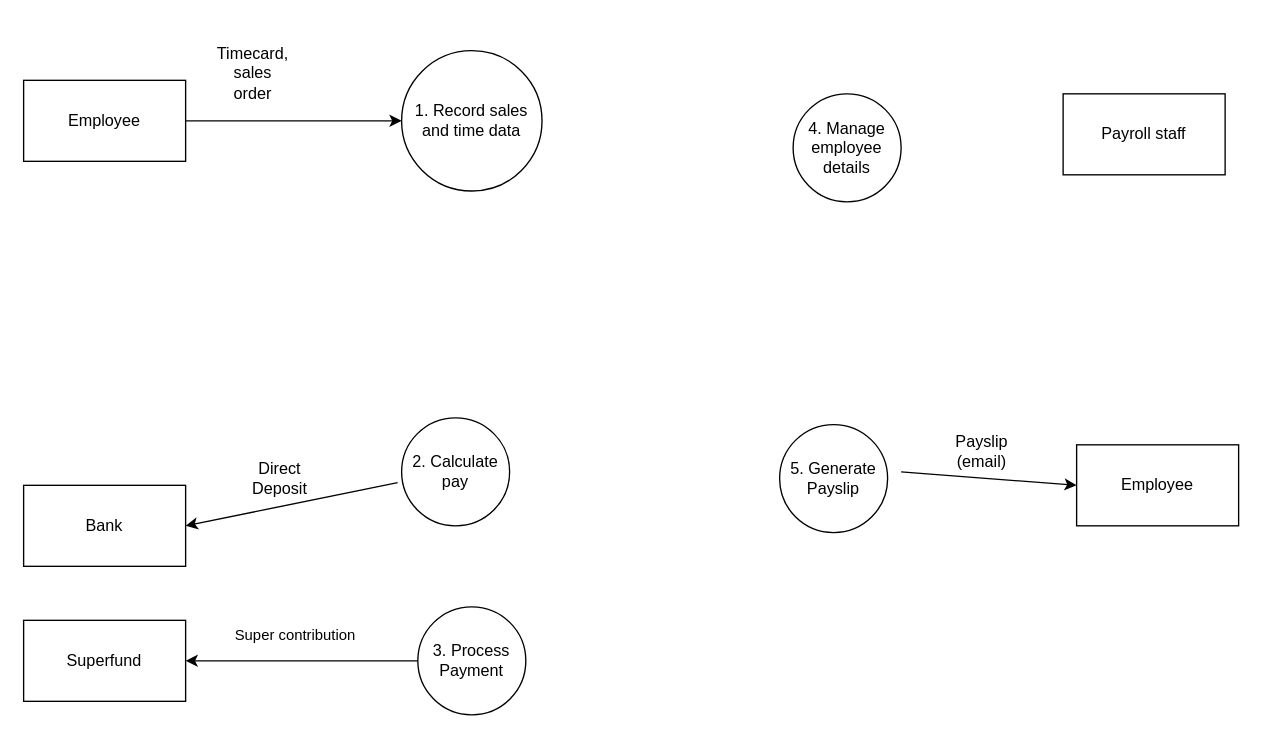
Before: Untitled Diagram.drawio in newineffect14/IntroToIT, a draw.io diagram. Source tidied: cells renumbered, new cells numbered last; positions are measured from the earlier drawing's top-left corner, leaving out a move shared by most shapes. Both pictures are drawn from the tidied source at 135%, with x=0, y=0 at pixel (23, 50).
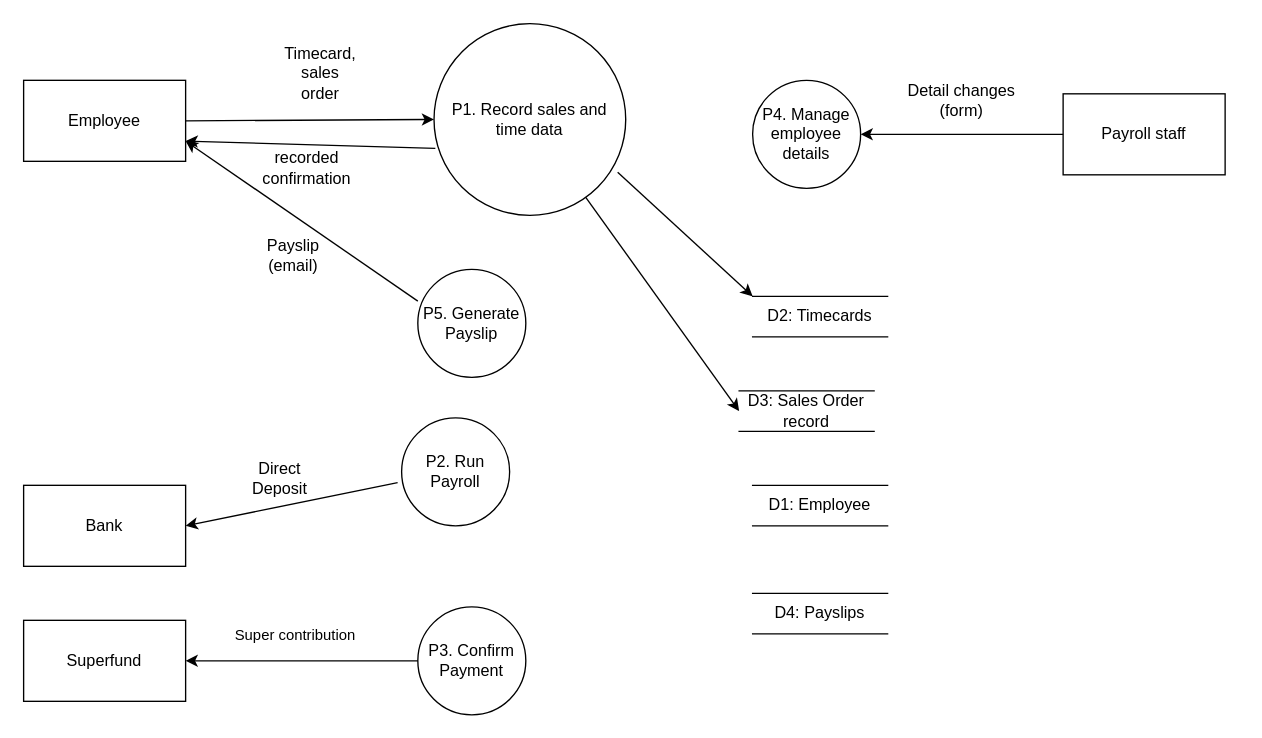
The same page after the edit.

The change refers to these unchanged cells:
```xml
<mxCell id="2" value="Employee" style="rounded=0;whiteSpace=wrap;html=1;" parent="1" vertex="1">
  <mxGeometry y="22" width="120" height="60" as="geometry" />
</mxCell>
<mxCell id="8" value="Payroll staff" style="rounded=0;whiteSpace=wrap;html=1;" parent="1" vertex="1">
  <mxGeometry x="770" y="32" width="120" height="60" as="geometry" />
</mxCell>
```

Change to the diagram source:
```diff
@@
-    <mxCell id="3" style="endArrow=classic;html=1;rounded=0;" parent="1" edge="1">
+    <mxCell id="3" style="endArrow=classic;html=1;rounded=0;entryX=0;entryY=0.5;entryDx=0;entryDy=0;" parent="1" edge="1" target="5">
       <mxGeometry relative="1" as="geometry">
         <mxPoint x="120" y="52" as="sourcePoint" />
-        <mxPoint x="280" y="52" as="targetPoint" />
       </mxGeometry>
     </mxCell>
     <mxCell id="4" value="Timecard, sales order" style="text;html=1;whiteSpace=wrap;strokeColor=none;fillColor=none;align=center;verticalAlign=middle;rounded=0;" parent="1" vertex="1">
-      <mxGeometry x="140" y="2" width="60" height="30" as="geometry" />
+      <mxGeometry x="190" y="2" width="60" height="30" as="geometry" />
     </mxCell>
-    <mxCell id="5" value="1. Record sales and time data" style="ellipse;whiteSpace=wrap;html=1;shapeInside=1;" parent="1" vertex="1">
-      <mxGeometry x="280" width="104" height="104" as="geometry" />
+    <mxCell id="5" value="P1. Record sales and time data" style="ellipse;whiteSpace=wrap;html=1;shapeInside=1;" parent="1" vertex="1">
+      <mxGeometry x="304" y="-20" width="142" height="142" as="geometry" />
     </mxCell>
@@
-    <mxCell id="9" value="2. Calculate pay" style="ellipse;whiteSpace=wrap;html=1;shapeInside=1;" parent="1" vertex="1">
+    <mxCell id="9" value="P2. Run Payroll" style="ellipse;whiteSpace=wrap;html=1;shapeInside=1;" parent="1" vertex="1">
       <mxGeometry x="280" y="272" width="80" height="80" as="geometry" />
     </mxCell>
-    <mxCell id="10" value="3. Process Payment" style="ellipse;whiteSpace=wrap;html=1;shapeInside=1;" parent="1" vertex="1">
+    <mxCell id="10" value="P3. Confirm Payment" style="ellipse;whiteSpace=wrap;html=1;shapeInside=1;" parent="1" vertex="1">
       <mxGeometry x="292" y="412" width="80" height="80" as="geometry" />
     </mxCell>
@@
-    <mxCell id="15" value="4. Manage employee details" style="ellipse;whiteSpace=wrap;html=1;shapeInside=1;" parent="1" vertex="1">
-      <mxGeometry x="570" y="32" width="80" height="80" as="geometry" />
+    <mxCell id="15" value="P4. Manage employee details" style="ellipse;whiteSpace=wrap;html=1;shapeInside=1;" parent="1" vertex="1">
+      <mxGeometry x="540" y="22" width="80" height="80" as="geometry" />
     </mxCell>
-    <mxCell id="16" value="5. Generate Payslip" style="ellipse;whiteSpace=wrap;html=1;shapeInside=1;" parent="1" vertex="1">
-      <mxGeometry x="560" y="277" width="80" height="80" as="geometry" />
+    <mxCell id="16" value="P5. Generate Payslip" style="ellipse;whiteSpace=wrap;html=1;shapeInside=1;" parent="1" vertex="1">
+      <mxGeometry x="292" y="162" width="80" height="80" as="geometry" />
     </mxCell>
-    <mxCell id="17" value="Employee" style="rounded=0;whiteSpace=wrap;html=1;" parent="1" vertex="1">
-      <mxGeometry x="780" y="292" width="120" height="60" as="geometry" />
-    </mxCell>
-    <mxCell id="18" style="endArrow=classic;html=1;rounded=0;entryX=0;entryY=0.5;entryDx=0;entryDy=0;" parent="1" edge="1" target="17">
-      <mxGeometry relative="1" as="geometry">
-        <mxPoint x="650" y="312" as="sourcePoint" />
-      </mxGeometry>
+    <mxCell id="18" style="endArrow=classic;html=1;rounded=0;entryX=1;entryY=0.75;entryDx=0;entryDy=0;exitX=0;exitY=0.294;exitDx=0;exitDy=0;exitPerimeter=0;" parent="1" edge="1" source="16" target="2">
+      <mxGeometry relative="1" as="geometry" />
     </mxCell>
     <mxCell id="19" value="Payslip (email)" style="text;html=1;whiteSpace=wrap;strokeColor=none;fillColor=none;align=center;verticalAlign=middle;rounded=0;" parent="1" vertex="1">
-      <mxGeometry x="680" y="282" width="60" height="30" as="geometry" />
+      <mxGeometry x="170" y="137" width="60" height="30" as="geometry" />
     </mxCell>
+    <mxCell id="20" style="endArrow=classic;html=1;rounded=0;exitX=0;exitY=0.5;exitDx=0;exitDy=0;entryX=1;entryY=0.5;entryDx=0;entryDy=0;" parent="1" edge="1" source="8" target="15">
+      <mxGeometry relative="1" as="geometry" />
+    </mxCell>
+    <mxCell id="21" value="Detail changes (form)" style="text;html=1;whiteSpace=wrap;strokeColor=none;fillColor=none;align=center;verticalAlign=middle;rounded=0;" parent="1" vertex="1">
+      <mxGeometry x="650" y="22" width="90" height="30" as="geometry" />
+    </mxCell>
+    <mxCell id="22" value="D2: Timecards" style="html=1;dashed=0;whiteSpace=wrap;shape=partialRectangle;right=0;left=0;" parent="1" vertex="1">
+      <mxGeometry x="540" y="182" width="100" height="30" as="geometry" />
+    </mxCell>
+    <mxCell id="23" style="endArrow=classic;html=1;rounded=0;entryX=1;entryY=0.75;entryDx=0;entryDy=0;exitX=0.007;exitY=0.651;exitDx=0;exitDy=0;exitPerimeter=0;" parent="1" edge="1" source="5" target="2">
+      <mxGeometry relative="1" as="geometry" />
+    </mxCell>
+    <mxCell id="24" value="recorded confirmation" style="text;html=1;whiteSpace=wrap;strokeColor=none;fillColor=none;align=center;verticalAlign=middle;rounded=0;" parent="1" vertex="1">
+      <mxGeometry x="180" y="72" width="60" height="30" as="geometry" />
+    </mxCell>
+    <mxCell id="25" style="endArrow=classic;html=1;rounded=0;entryX=0;entryY=0;entryDx=0;entryDy=0;exitX=0.958;exitY=0.775;exitDx=0;exitDy=0;exitPerimeter=0;" parent="1" edge="1" source="5" target="22">
+      <mxGeometry relative="1" as="geometry" />
+    </mxCell>
+    <mxCell id="26" value="D3: Sales Order record" style="html=1;dashed=0;whiteSpace=wrap;shape=partialRectangle;right=0;left=0;" parent="1" vertex="1">
+      <mxGeometry x="530" y="252" width="100" height="30" as="geometry" />
+    </mxCell>
+    <mxCell id="27" style="endArrow=classic;html=1;rounded=0;entryX=0;entryY=0.5;entryDx=0;entryDy=0;" parent="1" edge="1" source="5" target="26">
+      <mxGeometry relative="1" as="geometry" />
+    </mxCell>
+    <mxCell id="28" value="D1: Employee" style="html=1;dashed=0;whiteSpace=wrap;shape=partialRectangle;right=0;left=0;" parent="1" vertex="1">
+      <mxGeometry x="540" y="322" width="100" height="30" as="geometry" />
+    </mxCell>
+    <mxCell id="29" value="D4: Payslips" style="html=1;dashed=0;whiteSpace=wrap;shape=partialRectangle;right=0;left=0;" parent="1" vertex="1">
+      <mxGeometry x="540" y="402" width="100" height="30" as="geometry" />
+    </mxCell>
```
